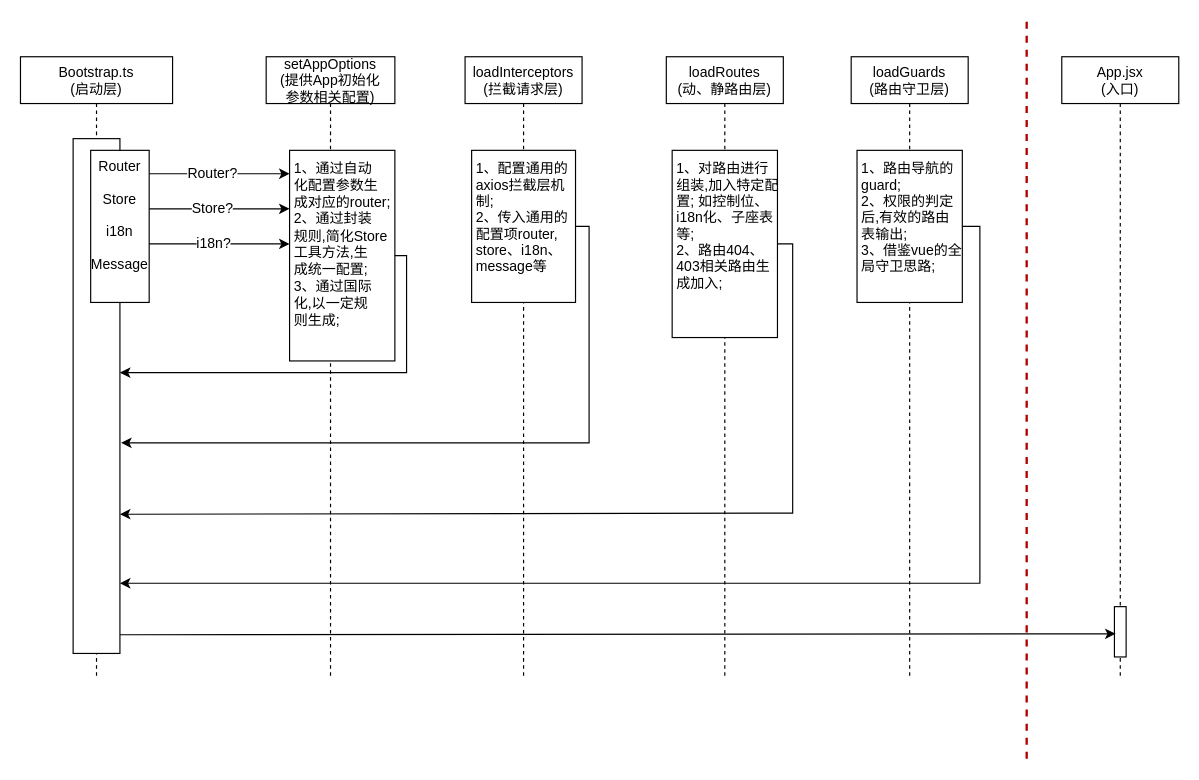
Above: 微架构-基座.drawio in codcer/blog (draw.io), before the change. Source tidied: cells renumbered, new cells numbered last; positions are measured from the earlier drawing's top-left corner, leaving out a move shared by most shapes. Both pictures are drawn from the tidied source at 117%, with x=0, y=0 at pixel (20, 21).
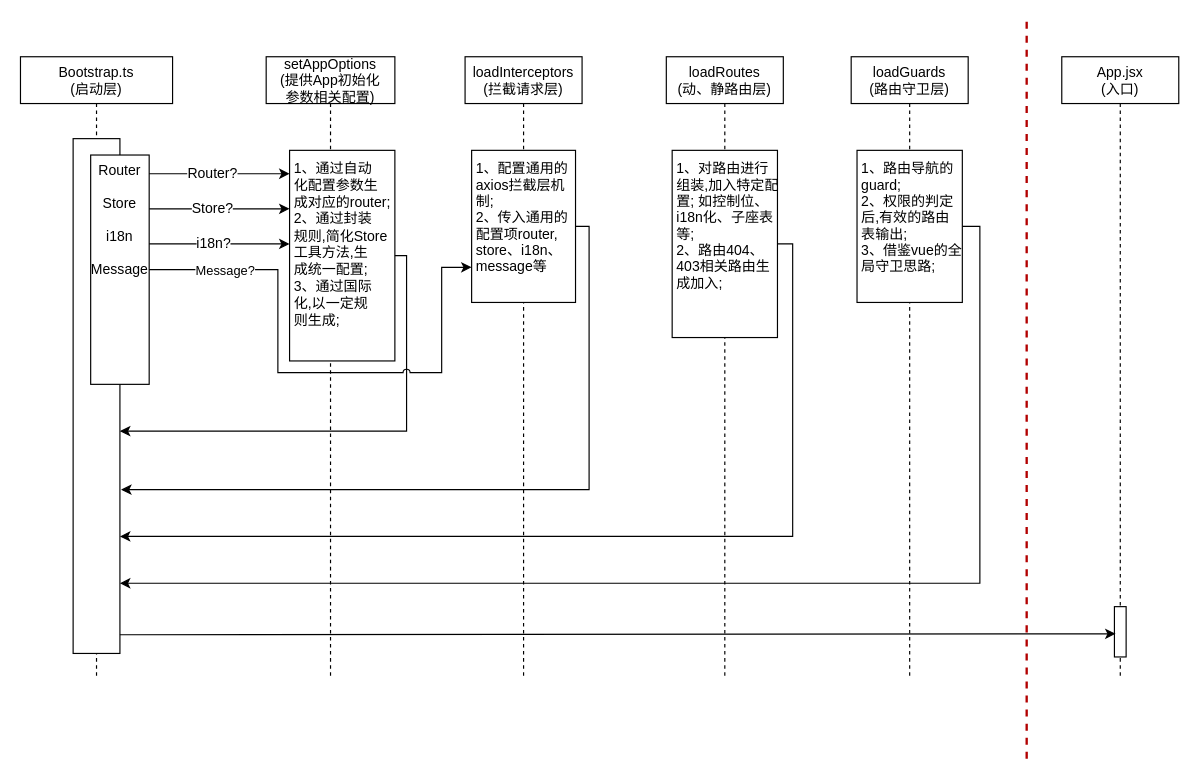
The same diagram, later.

Commit message (it also covers changes not shown here):
更新微架构-基座.drawio

The change refers to these unchanged cells:
```xml
<mxCell id="2" value="Bootstrap.ts&#10;(启动层)" style="shape=umlLifeline;perimeter=lifelinePerimeter;rounded=0;shadow=0;strokeWidth=1;" parent="1" vertex="1">
  <mxGeometry y="30" width="130" height="530" as="geometry" />
</mxCell>
<mxCell id="3" style="points=[];perimeter=orthogonalPerimeter;rounded=0;shadow=0;strokeWidth=1;" parent="2" vertex="1">
  <mxGeometry x="45" y="70" width="40" height="440" as="geometry" />
</mxCell>
<mxCell id="6" value="1、通过自动&lt;br&gt;化配置参数生&lt;br&gt;成对应的router;&lt;br&gt;2、通过封装&lt;br&gt;规则,简化Store&lt;br&gt;工具方法,生&lt;br&gt;成统一配置;&lt;br&gt;3、通过国际&lt;br&gt;化,以一定规&lt;br&gt;则生成;&lt;br&gt;" style="points=[];perimeter=orthogonalPerimeter;rounded=0;shadow=0;strokeWidth=1;align=left;verticalAlign=top;whiteSpace=wrap;html=1;spacingLeft=2;spacingTop=2;spacingRight=2;" parent="5" vertex="1">
  <mxGeometry x="20" y="80" width="90" height="180" as="geometry" />
</mxCell>
<mxCell id="8" value="1、配置通用的&#10;axios拦截层机&#10;制;&#10;2、传入通用的&#10;配置项router,&#10;store、i18n、&#10;message等" style="points=[];perimeter=orthogonalPerimeter;rounded=0;shadow=0;strokeWidth=1;align=left;verticalAlign=top;spacingTop=2;spacingLeft=2;spacingRight=2;" parent="7" vertex="1">
  <mxGeometry x="5.6" y="80" width="88.8" height="130" as="geometry" />
</mxCell>
<mxCell id="10" value="1、对路由进行&#10;组装,加入特定配&#10;置; 如控制位、&#10;i18n化、子座表&#10;等;&#10;2、路由404、&#10;403相关路由生&#10;成加入;" style="points=[];perimeter=orthogonalPerimeter;rounded=0;shadow=0;strokeWidth=1;align=left;verticalAlign=top;spacingTop=2;spacingLeft=2;spacingRight=2;" parent="9" vertex="1">
  <mxGeometry x="5" y="80" width="90" height="160" as="geometry" />
</mxCell>
```

Change to the diagram source:
```diff
@@
     <mxCell id="4" value="Router&#10;&#10;Store&#10;&#10;i18n&#10;&#10;Message" style="points=[];perimeter=orthogonalPerimeter;rounded=0;shadow=0;strokeWidth=1;verticalAlign=top;" parent="2" vertex="1">
-      <mxGeometry x="60" y="80" width="50" height="130" as="geometry" />
+      <mxGeometry x="60" y="84" width="50" height="196" as="geometry" />
     </mxCell>
@@
     <mxCell id="19" style="edgeStyle=orthogonalEdgeStyle;rounded=0;jettySize=auto;html=1;jumpStyle=arc;" parent="1" edge="1" source="6" target="3">
       <mxGeometry relative="1" as="geometry">
         <Array as="points">
           <mxPoint x="330" y="200" />
-          <mxPoint x="330" y="300" />
+          <mxPoint x="330" y="350" />
         </Array>
       </mxGeometry>
     </mxCell>
     <mxCell id="20" style="edgeStyle=orthogonalEdgeStyle;rounded=0;jumpStyle=arc;jettySize=auto;html=1;" parent="1" edge="1" source="8">
       <mxGeometry relative="1" as="geometry">
-        <mxPoint x="86" y="360" as="targetPoint" />
+        <mxPoint x="86" y="400" as="targetPoint" />
         <Array as="points">
           <mxPoint x="486" y="175" />
-          <mxPoint x="486" y="360" />
-          <mxPoint x="86" y="360" />
+          <mxPoint x="486" y="400" />
+          <mxPoint x="86" y="400" />
         </Array>
       </mxGeometry>
     </mxCell>
     <mxCell id="21" style="edgeStyle=orthogonalEdgeStyle;rounded=0;jumpStyle=arc;jettySize=auto;html=1;" parent="1" edge="1" source="10">
       <mxGeometry relative="1" as="geometry">
-        <mxPoint x="85" y="421" as="targetPoint" />
+        <mxPoint x="85" y="440" as="targetPoint" />
         <Array as="points">
           <mxPoint x="660" y="190" />
-          <mxPoint x="660" y="420" />
-          <mxPoint x="89" y="420" />
-          <mxPoint x="89" y="421" />
+          <mxPoint x="660" y="440" />
+          <mxPoint x="85" y="440" />
         </Array>
       </mxGeometry>
     </mxCell>
@@
+    <mxCell id="27" style="edgeStyle=orthogonalEdgeStyle;rounded=0;jumpStyle=arc;jettySize=auto;html=1;exitX=1;exitY=0.5;exitDx=0;exitDy=0;exitPerimeter=0;" parent="1" edge="1" source="4" target="8">
+      <mxGeometry relative="1" as="geometry">
+        <Array as="points">
+          <mxPoint x="220" y="212" />
+          <mxPoint x="220" y="300" />
+          <mxPoint x="360" y="300" />
+          <mxPoint x="360" y="210" />
+        </Array>
+      </mxGeometry>
+    </mxCell>
+    <mxCell id="28" value="Message?" style="edgeLabel;html=1;align=center;verticalAlign=middle;" parent="27" vertex="1">
+      <mxGeometry x="-0.72" relative="1" as="geometry" />
+    </mxCell>
```
